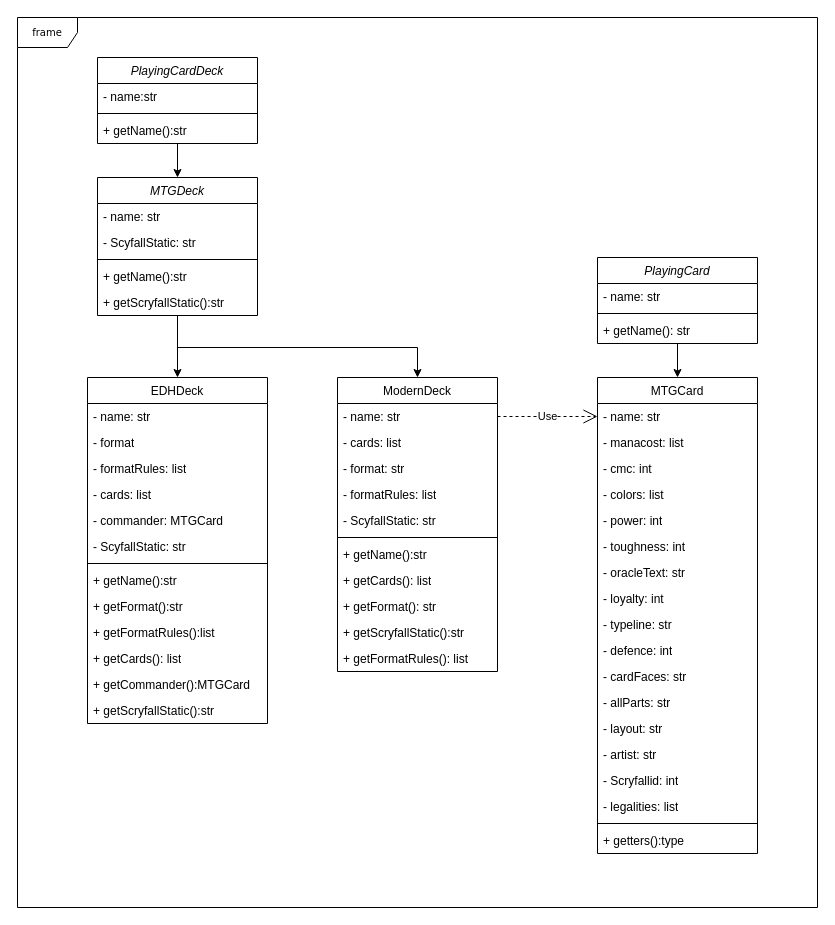
Isolaee/MTGSorter_V2 keeps this draw.io diagram as Schemas/Card_Deck_Classdiagram.drawio. Above is the earlier version. Source tidied: cells renumbered, new cells numbered last; positions are measured from the earlier drawing's top-left corner, leaving out a move shared by most shapes. Both pictures are drawn from the tidied source at 100%, with x=0, y=0 at pixel (17, 17).
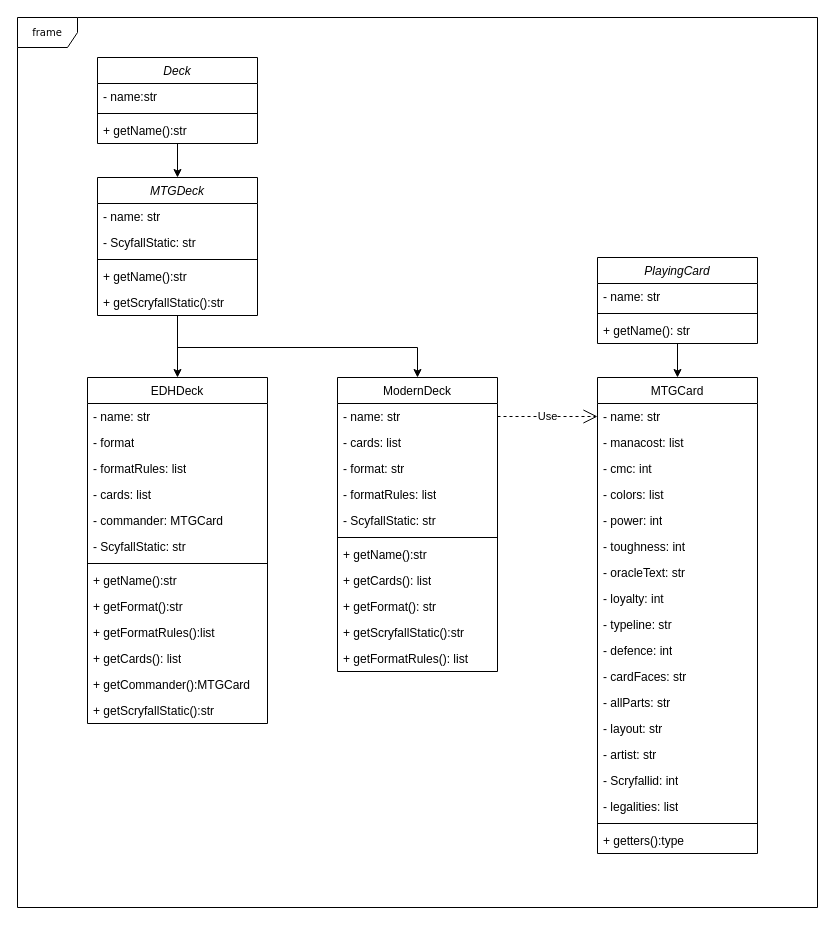
The same diagram, later.

Commit message (it also covers changes not shown here):
Abstract MTGDeck and UML update for naming

The edit, as a diff of the source:
```diff
@@
-    <mxCell id="4" value="&lt;i style=&quot;font-weight: normal;&quot;&gt;PlayingCardDeck&lt;/i&gt;" style="swimlane;fontStyle=1;align=center;verticalAlign=top;horizontal=1;startSize=26;whiteSpace=wrap;html=1;" parent="1" vertex="1">
+    <mxCell id="4" value="&lt;i style=&quot;font-weight: normal;&quot;&gt;Deck&lt;/i&gt;" style="swimlane;fontStyle=1;align=center;verticalAlign=top;horizontal=1;startSize=26;whiteSpace=wrap;html=1;" parent="1" vertex="1">
       <mxGeometry x="80" y="40" width="160" height="86" as="geometry" />
     </mxCell>
```
